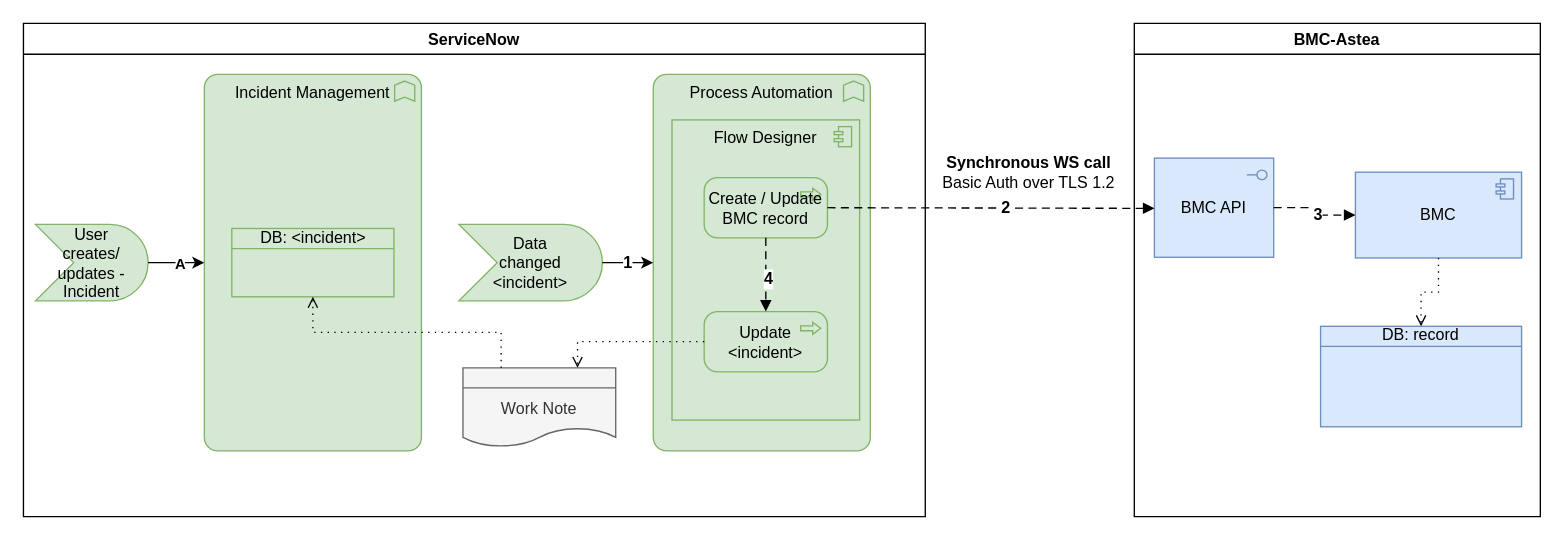
Above: page "SN>BMC" (1 of 2) of SN2BMC-Astea.drawio in algimas/tmp (draw.io), before the change. Source tidied: cells renumbered, new cells numbered last; positions are measured from the earlier drawing's top-left corner, leaving out a move shared by most shapes. Both pictures are drawn from the tidied source at 134%, with x=0, y=0 at pixel (23, 23).
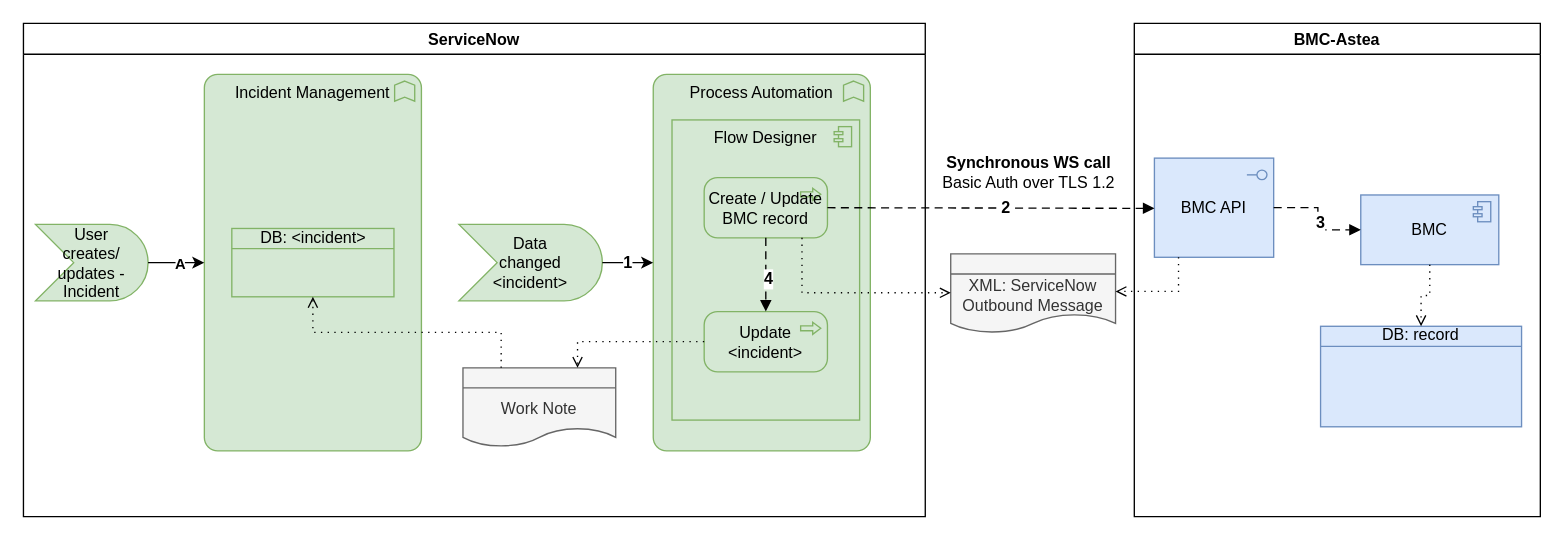
The same page after the edit.

Unchanged cells that the change refers to:
```xml
<mxCell id="2" value="BMC-Astea" style="swimlane;" parent="1" vertex="1">
  <mxGeometry x="829" width="303" height="368" as="geometry" />
</mxCell>
<mxCell id="4" value="BMC API" style="html=1;outlineConnect=0;whiteSpace=wrap;fillColor=#dae8fc;shape=mxgraph.archimate3.application;appType=interface;archiType=square;strokeColor=#6c8ebf;" parent="2" vertex="1">
  <mxGeometry x="15" y="100.5" width="89" height="74" as="geometry" />
</mxCell>
<mxCell id="19" value="Create / Update BMC record" style="html=1;outlineConnect=0;whiteSpace=wrap;fillColor=#d5e8d4;shape=mxgraph.archimate3.application;appType=proc;archiType=rounded;strokeColor=#82b366;" parent="9" vertex="1">
  <mxGeometry x="508" y="115" width="92" height="45" as="geometry" />
</mxCell>
```

The edit, as a diff of the source:
```diff
@@
     <mxCell id="3" value="BMC" style="html=1;outlineConnect=0;whiteSpace=wrap;fillColor=#dae8fc;shape=mxgraph.archimate3.application;appType=comp;archiType=square;strokeColor=#6c8ebf;" parent="2" vertex="1">
-      <mxGeometry x="165" y="111" width="124" height="64" as="geometry" />
+      <mxGeometry x="169" y="128" width="103" height="52" as="geometry" />
     </mxCell>
@@
+    <mxCell id="30" value="&lt;div style=&quot;font-size: 12px;&quot;&gt;XML: ServiceNow Outbound Message&lt;/div&gt;" style="html=1;outlineConnect=0;whiteSpace=wrap;fillColor=#f5f5f5;shape=mxgraph.archimate3.representation;fontSize=12;align=center;strokeColor=#666666;fontColor=#333333;" parent="1" vertex="1">
+      <mxGeometry x="692" y="172" width="123" height="61" as="geometry" />
+    </mxCell>
+    <mxCell id="31" style="edgeStyle=orthogonalEdgeStyle;html=1;endArrow=open;elbow=vertical;endFill=0;dashed=1;dashPattern=1 4;rounded=0;fillColor=#80b6a1;" parent="1" edge="1" source="19" target="30">
+      <mxGeometry relative="1" as="geometry">
+        <Array as="points">
+          <mxPoint x="581" y="201" />
+        </Array>
+      </mxGeometry>
+    </mxCell>
+    <mxCell id="32" style="edgeStyle=orthogonalEdgeStyle;html=1;endArrow=open;elbow=vertical;endFill=0;dashed=1;dashPattern=1 4;rounded=0;fillColor=#80b6a1;" parent="1" edge="1" source="4" target="30">
+      <mxGeometry relative="1" as="geometry">
+        <Array as="points">
+          <mxPoint x="862" y="200" />
+        </Array>
+      </mxGeometry>
+    </mxCell>
```
